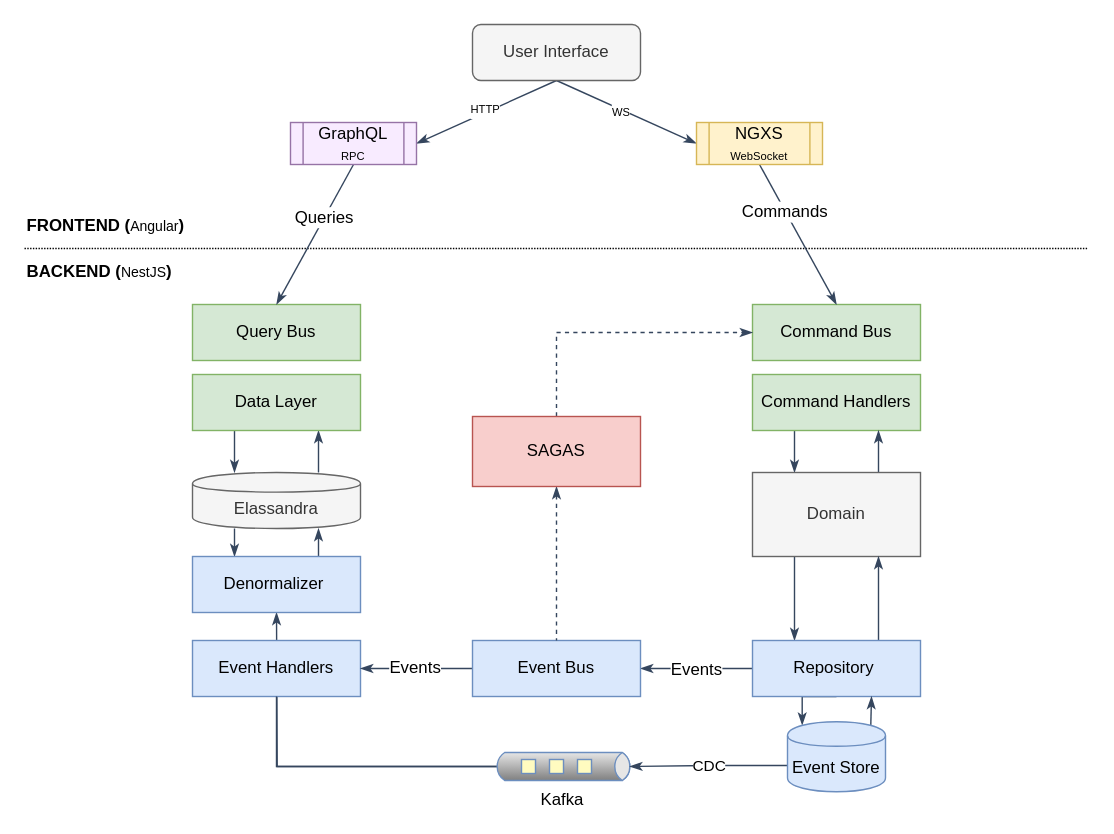
coolkei/ngx_Angular keeps this draw.io diagram as stories/cqrs.drawio. Above is the earlier version. Source tidied: cells renumbered, new cells numbered last; positions are measured from the earlier drawing's top-left corner, leaving out a move shared by most shapes. Both pictures are drawn from the tidied source at 140%, with x=0, y=0 at pixel (24, 24).
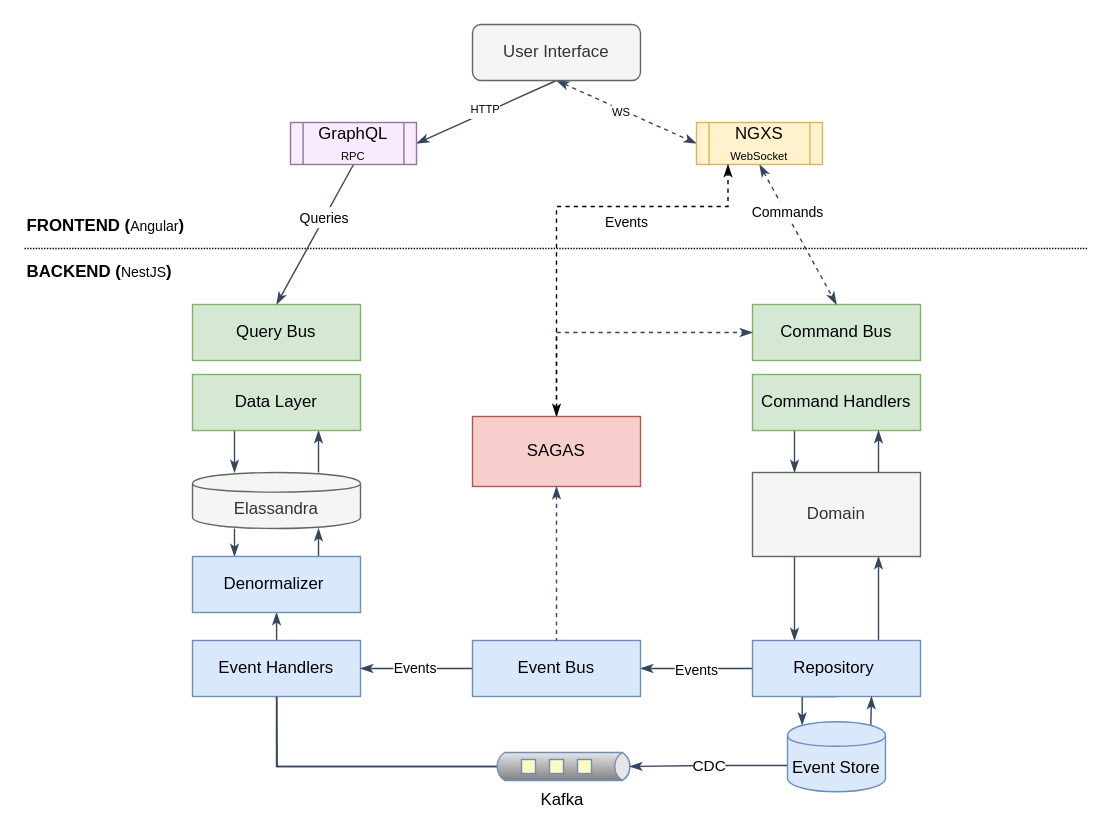
After the change.

Unchanged cells that the change refers to:
```xml
<mxCell id="7" value="User Interface&lt;br&gt;" style="rounded=1;whiteSpace=wrap;html=1;fillColor=#f5f5f5;strokeColor=#666666;fontColor=#333333;" parent="1" vertex="1">
  <mxGeometry x="320" width="120" height="40" as="geometry" />
</mxCell>
<mxCell id="22" value="Command Bus" style="rounded=0;whiteSpace=wrap;html=1;fillColor=#d5e8d4;strokeColor=#82b366;" parent="1" vertex="1">
  <mxGeometry x="520" y="200" width="120" height="40" as="geometry" />
</mxCell>
<mxCell id="29" style="edgeStyle=orthogonalEdgeStyle;rounded=0;jettySize=auto;html=1;exitX=0;exitY=0.5;exitDx=0;exitDy=0;entryX=1;entryY=0.5;entryDx=0;entryDy=0;endArrow=classicThin;endFill=1;strokeColor=#35465E;strokeWidth=1;" parent="1" edge="1" source="32" target="40">
  <mxGeometry relative="1" as="geometry" />
</mxCell>
<mxCell id="38" style="edgeStyle=orthogonalEdgeStyle;rounded=0;jettySize=auto;html=1;exitX=0;exitY=0.5;exitDx=0;exitDy=0;entryX=1;entryY=0.5;entryDx=0;entryDy=0;endArrow=classicThin;endFill=1;strokeColor=#35465E;strokeWidth=1;" parent="1" edge="1" source="40" target="21">
  <mxGeometry relative="1" as="geometry" />
</mxCell>
<mxCell id="41" style="rounded=0;jettySize=auto;html=1;exitX=0.5;exitY=1;exitDx=0;exitDy=0;entryX=0.5;entryY=0;entryDx=0;entryDy=0;endArrow=classicThin;endFill=1;strokeColor=#35465E;strokeWidth=1;" parent="1" edge="1" source="43" target="11">
  <mxGeometry relative="1" as="geometry" />
</mxCell>
<mxCell id="46" value="NGXS&lt;br&gt;&lt;font style=&quot;font-size: 8px&quot;&gt;WebSocket&lt;/font&gt;&lt;br&gt;" style="shape=process;whiteSpace=wrap;html=1;backgroundOutline=1;fillColor=#fff2cc;strokeColor=#d6b656;" parent="1" vertex="1">
  <mxGeometry x="480" y="70" width="90" height="30" as="geometry" />
</mxCell>
<mxCell id="49" value="SAGAS" style="rounded=0;whiteSpace=wrap;html=1;fillColor=#f8cecc;strokeColor=#b85450;" parent="1" vertex="1">
  <mxGeometry x="320" y="280" width="120" height="50" as="geometry" />
</mxCell>
```

Change to the diagram source:
```diff
@@
-    <mxCell id="5" style="edgeStyle=none;rounded=0;jettySize=auto;html=1;exitX=0.5;exitY=1;exitDx=0;exitDy=0;entryX=0;entryY=0.5;entryDx=0;entryDy=0;endArrow=classicThin;endFill=1;strokeColor=#35465E;strokeWidth=1;" parent="1" edge="1" source="7" target="46">
+    <mxCell id="5" style="edgeStyle=none;rounded=0;jettySize=auto;html=1;exitX=0.5;exitY=1;exitDx=0;exitDy=0;entryX=0;entryY=0.5;entryDx=0;entryDy=0;endArrow=classicThin;endFill=1;strokeColor=#35465E;strokeWidth=1;startArrow=classicThin;startFill=1;dashed=1;" parent="1" edge="1" source="7" target="46">
       <mxGeometry relative="1" as="geometry" />
     </mxCell>
@@
-    <mxCell id="30" value="Events" style="text;html=1;align=center;verticalAlign=middle;labelBackgroundColor=#ffffff;" parent="29" vertex="1">
+    <mxCell id="30" value="&lt;font style=&quot;font-size: 10px&quot;&gt;Events&lt;/font&gt;" style="text;html=1;align=center;verticalAlign=middle;labelBackgroundColor=#ffffff;" parent="29" vertex="1">
       <mxGeometry x="0.03" relative="1" as="geometry" />
     </mxCell>
@@
-    <mxCell id="39" value="Events" style="text;html=1;align=center;verticalAlign=middle;labelBackgroundColor=#ffffff;" parent="38" vertex="1">
+    <mxCell id="39" value="&lt;font style=&quot;font-size: 10px&quot;&gt;Events&lt;/font&gt;" style="text;html=1;align=center;verticalAlign=middle;labelBackgroundColor=#ffffff;" parent="38" vertex="1">
       <mxGeometry x="0.05" y="-1" relative="1" as="geometry" />
     </mxCell>
@@
-    <mxCell id="42" value="Queries" style="text;html=1;align=center;verticalAlign=middle;labelBackgroundColor=#ffffff;" parent="41" vertex="1">
+    <mxCell id="42" value="&lt;font style=&quot;font-size: 10px&quot;&gt;Queries&lt;/font&gt;" style="text;html=1;align=center;verticalAlign=middle;labelBackgroundColor=#ffffff;" parent="41" vertex="1">
       <mxGeometry x="-0.25" y="-1" relative="1" as="geometry" />
     </mxCell>
@@
-    <mxCell id="44" style="edgeStyle=none;rounded=0;jettySize=auto;html=1;exitX=0.5;exitY=1;exitDx=0;exitDy=0;entryX=0.5;entryY=0;entryDx=0;entryDy=0;endArrow=classicThin;endFill=1;strokeColor=#35465E;strokeWidth=1;" parent="1" edge="1" source="46" target="22">
+    <mxCell id="44" style="edgeStyle=none;rounded=0;jettySize=auto;html=1;exitX=0.5;exitY=1;exitDx=0;exitDy=0;entryX=0.5;entryY=0;entryDx=0;entryDy=0;endArrow=classicThin;endFill=1;strokeColor=#35465E;strokeWidth=1;startArrow=classicThin;startFill=1;dashed=1;" parent="1" edge="1" source="46" target="22">
       <mxGeometry relative="1" as="geometry" />
     </mxCell>
-    <mxCell id="45" value="Commands" style="text;html=1;align=center;verticalAlign=middle;labelBackgroundColor=#ffffff;" parent="44" vertex="1">
-      <mxGeometry x="-0.33" y="-1" relative="1" as="geometry" />
+    <mxCell id="45" value="&lt;font style=&quot;font-size: 10px&quot;&gt;Commands&lt;/font&gt;" style="text;html=1;align=center;verticalAlign=middle;labelBackgroundColor=#ffffff;" parent="44" vertex="1">
+      <mxGeometry x="-0.33" y="-1" relative="1" as="geometry">
+        <mxPoint x="2.5" as="offset" />
+      </mxGeometry>
     </mxCell>
@@
+    <mxCell id="50" value="&lt;font style=&quot;font-size: 10px&quot;&gt;Events&lt;/font&gt;" style="edgeStyle=orthogonalEdgeStyle;rounded=0;jettySize=auto;html=1;exitX=0.5;exitY=0;exitDx=0;exitDy=0;entryX=0.25;entryY=1;entryDx=0;entryDy=0;dashed=1;startArrow=classicThin;startFill=1;endArrow=classicThin;endFill=1;" parent="1" edge="1" source="49" target="46">
+      <mxGeometry x="-0.08" y="-50" relative="1" as="geometry">
+        <Array as="points">
+          <mxPoint x="380" y="130" />
+          <mxPoint x="503" y="130" />
+        </Array>
+      </mxGeometry>
+    </mxCell>
```
